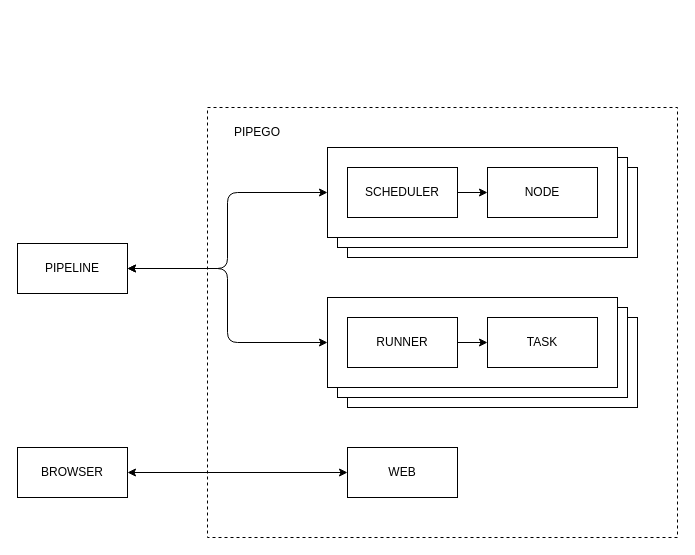
Earlier version of the draw.io diagram diagram.drawio (pipego/deploy). Source tidied: cells renumbered, new cells numbered last; positions are measured from the earlier drawing's top-left corner, leaving out a move shared by most shapes. Both pictures are drawn from the tidied source at 100%, with x=0, y=0 at pixel (17, 107).
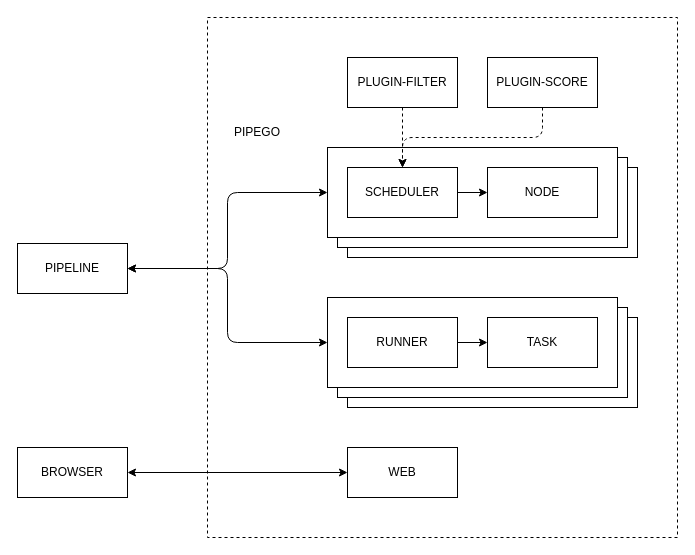
The same diagram, later.

Commit message (it also covers changes not shown here):
doc(diagram): update diagram for scheduler plugins

Unchanged cells that the change refers to:
```xml
<mxCell id="10" value="SCHEDULER" style="rounded=0;whiteSpace=wrap;html=1;" parent="1" vertex="1">
  <mxGeometry x="330" y="60" width="110" height="50" as="geometry" />
</mxCell>
```

Diff of the diagram source:
```diff
@@
     <mxCell id="2" style="rounded=0;whiteSpace=wrap;html=1;dashed=1;" parent="1" vertex="1">
-      <mxGeometry x="190" width="470" height="430" as="geometry" />
+      <mxGeometry x="190" y="-90" width="470" height="520" as="geometry" />
     </mxCell>
@@
+    <mxCell id="22" value="PLUGIN-FILTER" style="rounded=0;whiteSpace=wrap;html=1;" parent="1" vertex="1">
+      <mxGeometry x="330" y="-50" width="110" height="50" as="geometry" />
+    </mxCell>
+    <mxCell id="23" value="PLUGIN-SCORE" style="rounded=0;whiteSpace=wrap;html=1;" parent="1" vertex="1">
+      <mxGeometry x="470" y="-50" width="110" height="50" as="geometry" />
+    </mxCell>
+    <mxCell id="24" style="endArrow=classic;html=1;exitX=0.5;exitY=1;exitDx=0;exitDy=0;entryX=0.5;entryY=0;entryDx=0;entryDy=0;dashed=1;" parent="1" edge="1" source="22" target="10">
+      <mxGeometry relative="1" as="geometry" />
+    </mxCell>
+    <mxCell id="25" style="edgeStyle=elbowEdgeStyle;elbow=vertical;endArrow=classic;html=1;dashed=1;exitX=0.5;exitY=1;exitDx=0;exitDy=0;entryX=0.5;entryY=0;entryDx=0;entryDy=0;" parent="1" edge="1" source="23" target="10">
+      <mxGeometry relative="1" as="geometry" />
+    </mxCell>
```
